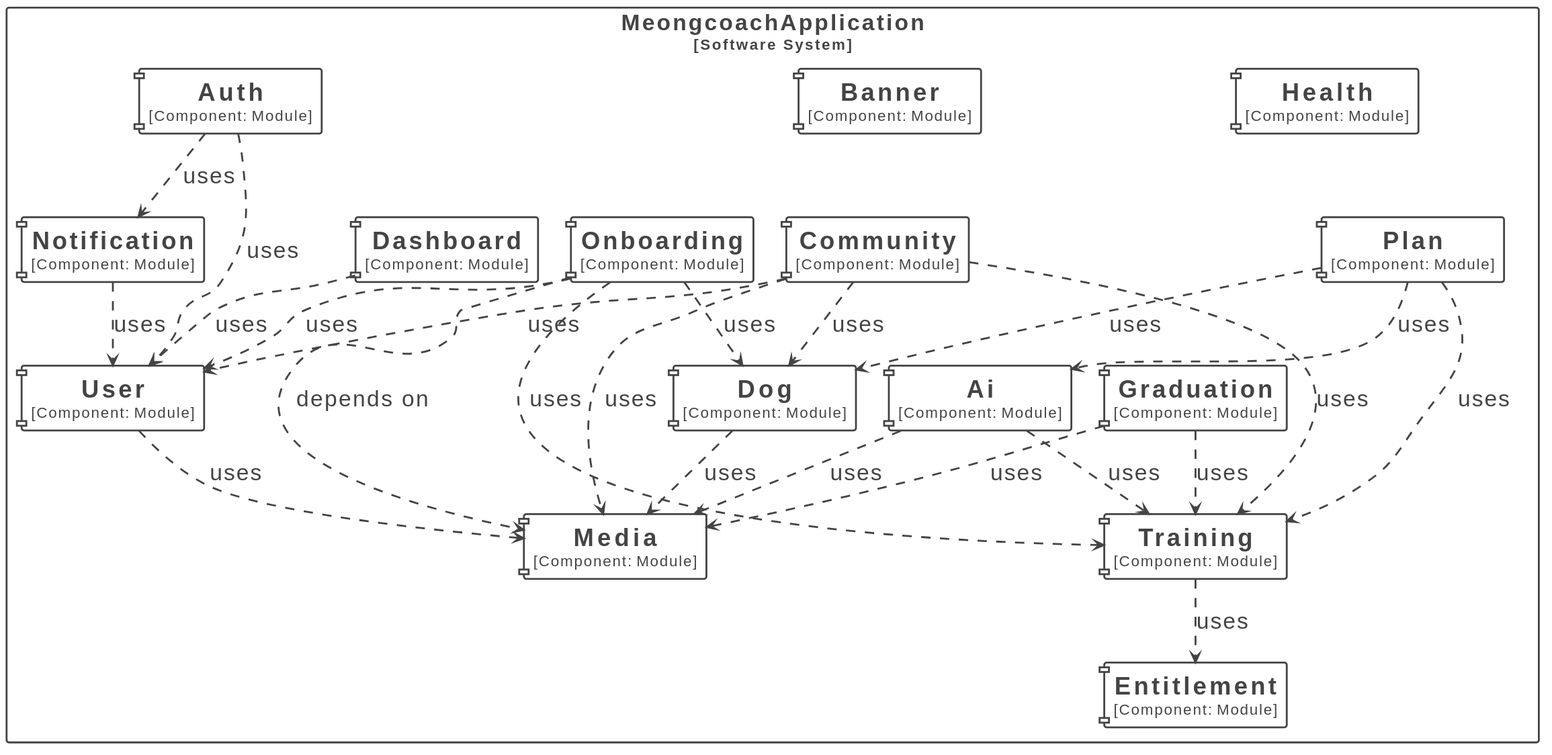
DaeSaBu/meongcoach-BE keeps this PlantUML diagram as docs/images/module-dependencies.svg. Above is the earlier version. Its diagram source:
```plantuml
@startuml
set separator none
top to bottom direction
hide stereotype

skinparam {
  componentStyle uml1
}

<style>
  root {
    BackgroundColor: #ffffff;
    FontColor: #444444;
  }
  // Element,Component
  .Element-RWxlbWVudCxDb21wb25lbnQ= {
    BackgroundColor: #ffffff;
    LineColor: #444444;
    LineStyle: 0;
    LineThickness: 2;
    FontColor: #444444;
    FontSize: 24;
    HorizontalAlignment: center;
    Shadowing: 0;
    MaximumWidth: 450;
  }
  // Relationship
  .Relationship-UmVsYXRpb25zaGlw {
    LineThickness: 2;
    LineStyle: 10-10;
    LineColor: #444444;
    FontColor: #444444;
    FontSize: 24;
  }
  // MeongcoachApplication
  .Boundary-TWVvbmdjb2FjaEFwcGxpY2F0aW9u {
    BackgroundColor: #ffffff;
    LineColor: #444444;
    LineStyle: 0;
    LineThickness: 2;
    FontColor: #444444;
    FontSize: 24;
    HorizontalAlignment: center;
    Shadowing: 0;
  }
</style>

rectangle "MeongcoachApplication\n<size:16>[Software System]</size>" <<Boundary-TWVvbmdjb2FjaEFwcGxpY2F0aW9u>> {
  component "==Ai\n<size:16>[Component: Module]</size>" <<Element-RWxlbWVudCxDb21wb25lbnQ=>> as MeongcoachApplication.MeongcoachApplication.Ai
  component "==Community\n<size:16>[Component: Module]</size>" <<Element-RWxlbWVudCxDb21wb25lbnQ=>> as MeongcoachApplication.MeongcoachApplication.Community
  component "==Dashboard\n<size:16>[Component: Module]</size>" <<Element-RWxlbWVudCxDb21wb25lbnQ=>> as MeongcoachApplication.MeongcoachApplication.Dashboard
  component "==Graduation\n<size:16>[Component: Module]</size>" <<Element-RWxlbWVudCxDb21wb25lbnQ=>> as MeongcoachApplication.MeongcoachApplication.Graduation
  component "==Notification\n<size:16>[Component: Module]</size>" <<Element-RWxlbWVudCxDb21wb25lbnQ=>> as MeongcoachApplication.MeongcoachApplication.Notification
  component "==Onboarding\n<size:16>[Component: Module]</size>" <<Element-RWxlbWVudCxDb21wb25lbnQ=>> as MeongcoachApplication.MeongcoachApplication.Onboarding
  component "==Auth\n<size:16>[Component: Module]</size>" <<Element-RWxlbWVudCxDb21wb25lbnQ=>> as MeongcoachApplication.MeongcoachApplication.Auth
  component "==Plan\n<size:16>[Component: Module]</size>" <<Element-RWxlbWVudCxDb21wb25lbnQ=>> as MeongcoachApplication.MeongcoachApplication.Plan
  component "==Banner\n<size:16>[Component: Module]</size>" <<Element-RWxlbWVudCxDb21wb25lbnQ=>> as MeongcoachApplication.MeongcoachApplication.Banner
  component "==Entitlement\n<size:16>[Component: Module]</size>" <<Element-RWxlbWVudCxDb21wb25lbnQ=>> as MeongcoachApplication.MeongcoachApplication.Entitlement
  component "==Health\n<size:16>[Component: Module]</size>" <<Element-RWxlbWVudCxDb21wb25lbnQ=>> as MeongcoachApplication.MeongcoachApplication.Health
  component "==Media\n<size:16>[Component: Module]</size>" <<Element-RWxlbWVudCxDb21wb25lbnQ=>> as MeongcoachApplication.MeongcoachApplication.Media
  component "==Dog\n<size:16>[Component: Module]</size>" <<Element-RWxlbWVudCxDb21wb25lbnQ=>> as MeongcoachApplication.MeongcoachApplication.Dog
  component "==Training\n<size:16>[Component: Module]</size>" <<Element-RWxlbWVudCxDb21wb25lbnQ=>> as MeongcoachApplication.MeongcoachApplication.Training
  component "==User\n<size:16>[Component: Module]</size>" <<Element-RWxlbWVudCxDb21wb25lbnQ=>> as MeongcoachApplication.MeongcoachApplication.User
}

MeongcoachApplication.MeongcoachApplication.Community --> MeongcoachApplication.MeongcoachApplication.User <<Relationship-UmVsYXRpb25zaGlw>> : "uses"
MeongcoachApplication.MeongcoachApplication.Community --> MeongcoachApplication.MeongcoachApplication.Dog <<Relationship-UmVsYXRpb25zaGlw>> : "uses"
MeongcoachApplication.MeongcoachApplication.Community --> MeongcoachApplication.MeongcoachApplication.Training <<Relationship-UmVsYXRpb25zaGlw>> : "uses"
MeongcoachApplication.MeongcoachApplication.Community --> MeongcoachApplication.MeongcoachApplication.Media <<Relationship-UmVsYXRpb25zaGlw>> : "uses"
MeongcoachApplication.MeongcoachApplication.Onboarding --> MeongcoachApplication.MeongcoachApplication.Media <<Relationship-UmVsYXRpb25zaGlw>> : "depends on"
MeongcoachApplication.MeongcoachApplication.Onboarding --> MeongcoachApplication.MeongcoachApplication.User <<Relationship-UmVsYXRpb25zaGlw>> : "uses"
MeongcoachApplication.MeongcoachApplication.Onboarding --> MeongcoachApplication.MeongcoachApplication.Dog <<Relationship-UmVsYXRpb25zaGlw>> : "uses"
MeongcoachApplication.MeongcoachApplication.Onboarding --> MeongcoachApplication.MeongcoachApplication.Training <<Relationship-UmVsYXRpb25zaGlw>> : "uses"
MeongcoachApplication.MeongcoachApplication.Training --> MeongcoachApplication.MeongcoachApplication.Entitlement <<Relationship-UmVsYXRpb25zaGlw>> : "uses"
MeongcoachApplication.MeongcoachApplication.Dashboard --> MeongcoachApplication.MeongcoachApplication.User <<Relationship-UmVsYXRpb25zaGlw>> : "uses"
MeongcoachApplication.MeongcoachApplication.Auth --> MeongcoachApplication.MeongcoachApplication.User <<Relationship-UmVsYXRpb25zaGlw>> : "uses"
MeongcoachApplication.MeongcoachApplication.Auth --> MeongcoachApplication.MeongcoachApplication.Notification <<Relationship-UmVsYXRpb25zaGlw>> : "uses"
MeongcoachApplication.MeongcoachApplication.User --> MeongcoachApplication.MeongcoachApplication.Media <<Relationship-UmVsYXRpb25zaGlw>> : "uses"
MeongcoachApplication.MeongcoachApplication.Notification --> MeongcoachApplication.MeongcoachApplication.User <<Relationship-UmVsYXRpb25zaGlw>> : "uses"
MeongcoachApplication.MeongcoachApplication.Dog --> MeongcoachApplication.MeongcoachApplication.Media <<Relationship-UmVsYXRpb25zaGlw>> : "uses"
MeongcoachApplication.MeongcoachApplication.Graduation --> MeongcoachApplication.MeongcoachApplication.Training <<Relationship-UmVsYXRpb25zaGlw>> : "uses"
MeongcoachApplication.MeongcoachApplication.Graduation --> MeongcoachApplication.MeongcoachApplication.Media <<Relationship-UmVsYXRpb25zaGlw>> : "uses"
MeongcoachApplication.MeongcoachApplication.Ai --> MeongcoachApplication.MeongcoachApplication.Training <<Relationship-UmVsYXRpb25zaGlw>> : "uses"
MeongcoachApplication.MeongcoachApplication.Ai --> MeongcoachApplication.MeongcoachApplication.Media <<Relationship-UmVsYXRpb25zaGlw>> : "uses"
MeongcoachApplication.MeongcoachApplication.Plan --> MeongcoachApplication.MeongcoachApplication.Ai <<Relationship-UmVsYXRpb25zaGlw>> : "uses"
MeongcoachApplication.MeongcoachApplication.Plan --> MeongcoachApplication.MeongcoachApplication.Training <<Relationship-UmVsYXRpb25zaGlw>> : "uses"
MeongcoachApplication.MeongcoachApplication.Plan --> MeongcoachApplication.MeongcoachApplication.Dog <<Relationship-UmVsYXRpb25zaGlw>> : "uses"
@enduml
```
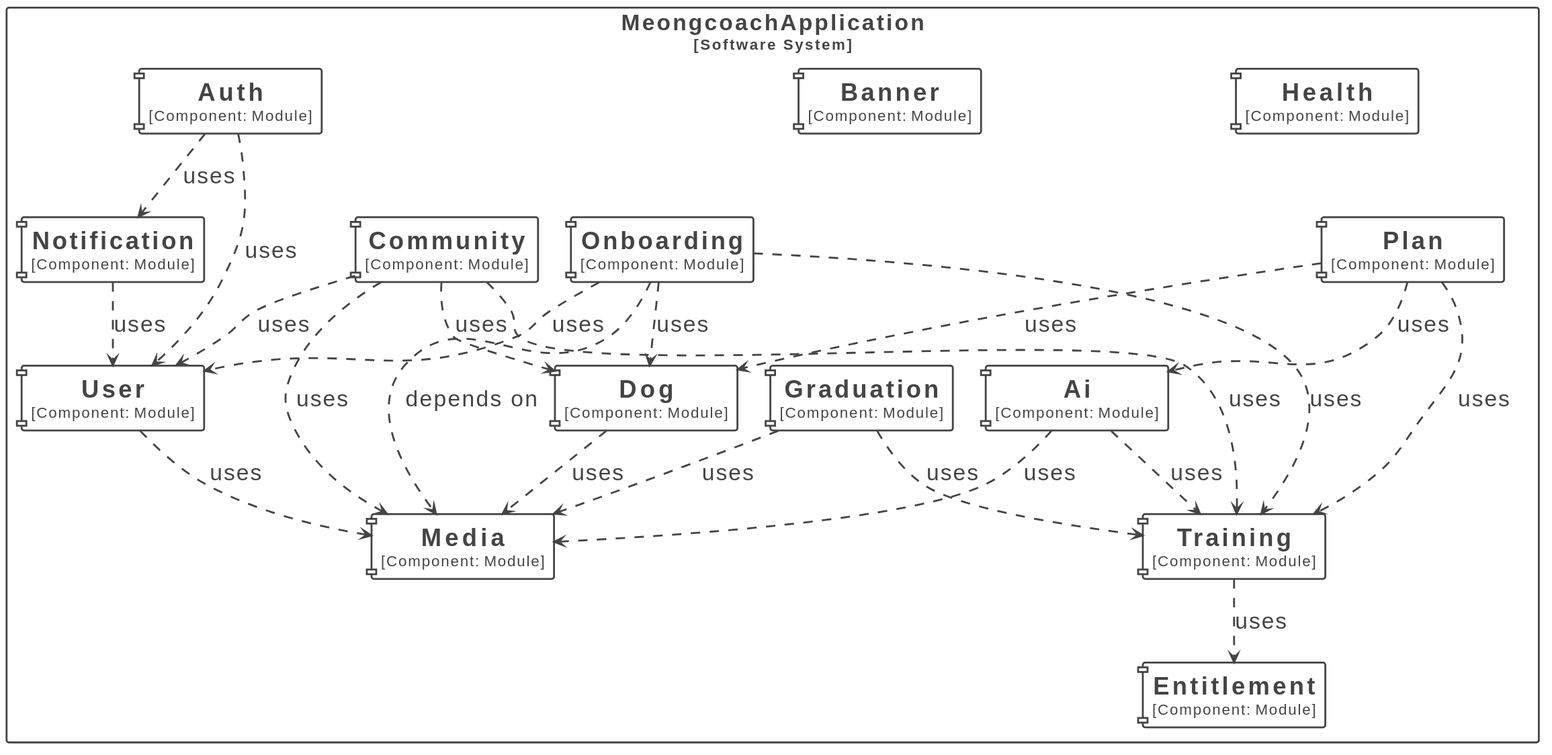
The same file after the commit.

Commit message:
docs: dashboard 제거 후 모듈 의존 다이어그램 갱신

Diff of the diagram source:
```diff
@@ -48,7 +48,6 @@
 rectangle "MeongcoachApplication\n<size:16>[Software System]</size>" <<Boundary-TWVvbmdjb2FjaEFwcGxpY2F0aW9u>> {
   component "==Ai\n<size:16>[Component: Module]</size>" <<Element-RWxlbWVudCxDb21wb25lbnQ=>> as MeongcoachApplication.MeongcoachApplication.Ai
   component "==Community\n<size:16>[Component: Module]</size>" <<Element-RWxlbWVudCxDb21wb25lbnQ=>> as MeongcoachApplication.MeongcoachApplication.Community
-  component "==Dashboard\n<size:16>[Component: Module]</size>" <<Element-RWxlbWVudCxDb21wb25lbnQ=>> as MeongcoachApplication.MeongcoachApplication.Dashboard
   component "==Graduation\n<size:16>[Component: Module]</size>" <<Element-RWxlbWVudCxDb21wb25lbnQ=>> as MeongcoachApplication.MeongcoachApplication.Graduation
   component "==Notification\n<size:16>[Component: Module]</size>" <<Element-RWxlbWVudCxDb21wb25lbnQ=>> as MeongcoachApplication.MeongcoachApplication.Notification
   component "==Onboarding\n<size:16>[Component: Module]</size>" <<Element-RWxlbWVudCxDb21wb25lbnQ=>> as MeongcoachApplication.MeongcoachApplication.Onboarding
@@ -63,26 +62,25 @@
   component "==User\n<size:16>[Component: Module]</size>" <<Element-RWxlbWVudCxDb21wb25lbnQ=>> as MeongcoachApplication.MeongcoachApplication.User
 }
 
+MeongcoachApplication.MeongcoachApplication.User --> MeongcoachApplication.MeongcoachApplication.Media <<Relationship-UmVsYXRpb25zaGlw>> : "uses"
+MeongcoachApplication.MeongcoachApplication.Auth --> MeongcoachApplication.MeongcoachApplication.User <<Relationship-UmVsYXRpb25zaGlw>> : "uses"
+MeongcoachApplication.MeongcoachApplication.Auth --> MeongcoachApplication.MeongcoachApplication.Notification <<Relationship-UmVsYXRpb25zaGlw>> : "uses"
+MeongcoachApplication.MeongcoachApplication.Dog --> MeongcoachApplication.MeongcoachApplication.Media <<Relationship-UmVsYXRpb25zaGlw>> : "uses"
 MeongcoachApplication.MeongcoachApplication.Community --> MeongcoachApplication.MeongcoachApplication.User <<Relationship-UmVsYXRpb25zaGlw>> : "uses"
 MeongcoachApplication.MeongcoachApplication.Community --> MeongcoachApplication.MeongcoachApplication.Dog <<Relationship-UmVsYXRpb25zaGlw>> : "uses"
 MeongcoachApplication.MeongcoachApplication.Community --> MeongcoachApplication.MeongcoachApplication.Training <<Relationship-UmVsYXRpb25zaGlw>> : "uses"
 MeongcoachApplication.MeongcoachApplication.Community --> MeongcoachApplication.MeongcoachApplication.Media <<Relationship-UmVsYXRpb25zaGlw>> : "uses"
+MeongcoachApplication.MeongcoachApplication.Training --> MeongcoachApplication.MeongcoachApplication.Entitlement <<Relationship-UmVsYXRpb25zaGlw>> : "uses"
+MeongcoachApplication.MeongcoachApplication.Notification --> MeongcoachApplication.MeongcoachApplication.User <<Relationship-UmVsYXRpb25zaGlw>> : "uses"
+MeongcoachApplication.MeongcoachApplication.Graduation --> MeongcoachApplication.MeongcoachApplication.Training <<Relationship-UmVsYXRpb25zaGlw>> : "uses"
+MeongcoachApplication.MeongcoachApplication.Graduation --> MeongcoachApplication.MeongcoachApplication.Media <<Relationship-UmVsYXRpb25zaGlw>> : "uses"
 MeongcoachApplication.MeongcoachApplication.Onboarding --> MeongcoachApplication.MeongcoachApplication.Media <<Relationship-UmVsYXRpb25zaGlw>> : "depends on"
 MeongcoachApplication.MeongcoachApplication.Onboarding --> MeongcoachApplication.MeongcoachApplication.User <<Relationship-UmVsYXRpb25zaGlw>> : "uses"
 MeongcoachApplication.MeongcoachApplication.Onboarding --> MeongcoachApplication.MeongcoachApplication.Dog <<Relationship-UmVsYXRpb25zaGlw>> : "uses"
 MeongcoachApplication.MeongcoachApplication.Onboarding --> MeongcoachApplication.MeongcoachApplication.Training <<Relationship-UmVsYXRpb25zaGlw>> : "uses"
-MeongcoachApplication.MeongcoachApplication.Training --> MeongcoachApplication.MeongcoachApplication.Entitlement <<Relationship-UmVsYXRpb25zaGlw>> : "uses"
-MeongcoachApplication.MeongcoachApplication.Dashboard --> MeongcoachApplication.MeongcoachApplication.User <<Relationship-UmVsYXRpb25zaGlw>> : "uses"
-MeongcoachApplication.MeongcoachApplication.Auth --> MeongcoachApplication.MeongcoachApplication.User <<Relationship-UmVsYXRpb25zaGlw>> : "uses"
-MeongcoachApplication.MeongcoachApplication.Auth --> MeongcoachApplication.MeongcoachApplication.Notification <<Relationship-UmVsYXRpb25zaGlw>> : "uses"
-MeongcoachApplication.MeongcoachApplication.User --> MeongcoachApplication.MeongcoachApplication.Media <<Relationship-UmVsYXRpb25zaGlw>> : "uses"
-MeongcoachApplication.MeongcoachApplication.Notification --> MeongcoachApplication.MeongcoachApplication.User <<Relationship-UmVsYXRpb25zaGlw>> : "uses"
-MeongcoachApplication.MeongcoachApplication.Dog --> MeongcoachApplication.MeongcoachApplication.Media <<Relationship-UmVsYXRpb25zaGlw>> : "uses"
-MeongcoachApplication.MeongcoachApplication.Graduation --> MeongcoachApplication.MeongcoachApplication.Training <<Relationship-UmVsYXRpb25zaGlw>> : "uses"
-MeongcoachApplication.MeongcoachApplication.Graduation --> MeongcoachApplication.MeongcoachApplication.Media <<Relationship-UmVsYXRpb25zaGlw>> : "uses"
-MeongcoachApplication.MeongcoachApplication.Ai --> MeongcoachApplication.MeongcoachApplication.Training <<Relationship-UmVsYXRpb25zaGlw>> : "uses"
-MeongcoachApplication.MeongcoachApplication.Ai --> MeongcoachApplication.MeongcoachApplication.Media <<Relationship-UmVsYXRpb25zaGlw>> : "uses"
 MeongcoachApplication.MeongcoachApplication.Plan --> MeongcoachApplication.MeongcoachApplication.Ai <<Relationship-UmVsYXRpb25zaGlw>> : "uses"
 MeongcoachApplication.MeongcoachApplication.Plan --> MeongcoachApplication.MeongcoachApplication.Training <<Relationship-UmVsYXRpb25zaGlw>> : "uses"
 MeongcoachApplication.MeongcoachApplication.Plan --> MeongcoachApplication.MeongcoachApplication.Dog <<Relationship-UmVsYXRpb25zaGlw>> : "uses"
+MeongcoachApplication.MeongcoachApplication.Ai --> MeongcoachApplication.MeongcoachApplication.Training <<Relationship-UmVsYXRpb25zaGlw>> : "uses"
+MeongcoachApplication.MeongcoachApplication.Ai --> MeongcoachApplication.MeongcoachApplication.Media <<Relationship-UmVsYXRpb25zaGlw>> : "uses"
 @enduml
```
